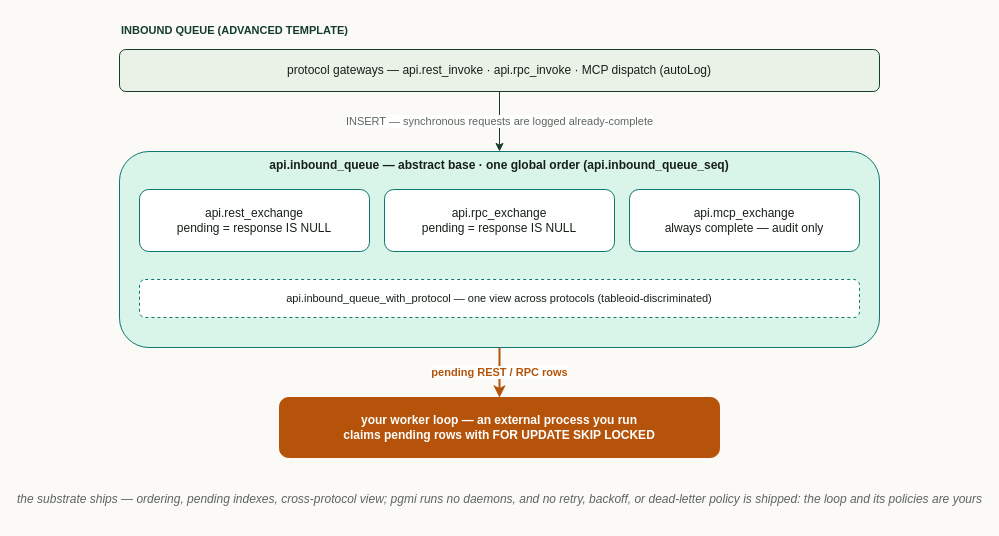
The draw.io diagram docs/diagrams/d14-queue-infrastructure.drawio in vvka-141/pgmi, before the edit. Source tidied: cells renumbered, new cells numbered last; positions are measured from the earlier drawing's top-left corner, leaving out a move shared by most shapes. Both pictures are drawn from the tidied source at 100%, with x=0, y=0 at pixel (119, 17).
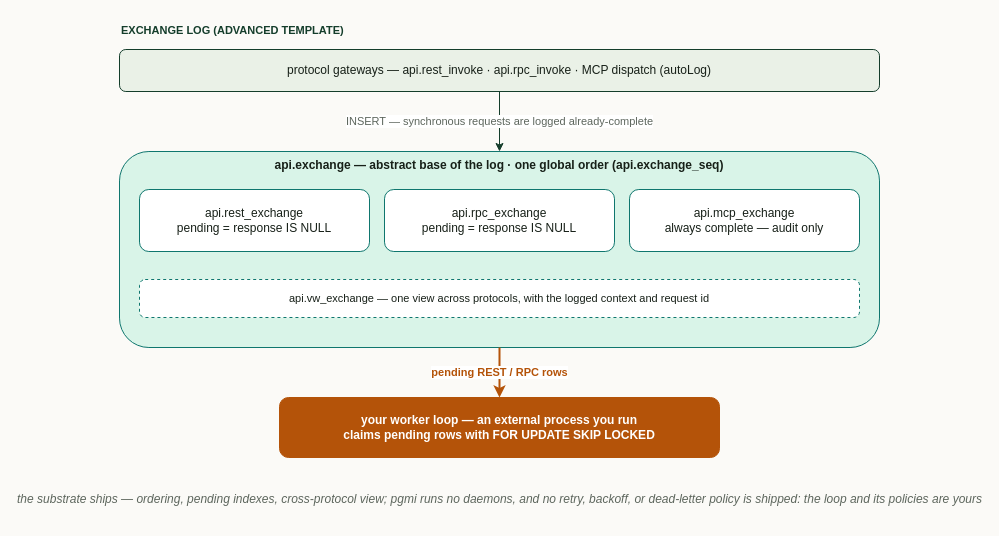
After the change.

The edit, as a diff of the source:
```diff
@@
 <mxGraphModel background="#fbfaf7">
   <root>
     <mxCell id="0" />
     <mxCell id="1" parent="0" />
-    <mxCell id="2" value="INBOUND QUEUE (ADVANCED TEMPLATE)" style="text;html=1;align=left;fontStyle=1;fontSize=11;fontColor=#143d2b;" parent="1" vertex="1">
+    <mxCell id="2" value="EXCHANGE LOG (ADVANCED TEMPLATE)" style="text;html=1;align=left;fontStyle=1;fontSize=11;fontColor=#143d2b;" parent="1" vertex="1">
       <mxGeometry width="360" height="20" as="geometry" />
     </mxCell>
     <mxCell id="3" value="protocol gateways — api.rest_invoke · api.rpc_invoke · MCP dispatch (autoLog)" style="rounded=1;whiteSpace=wrap;html=1;fillColor=#eaf1e7;strokeColor=#143d2b;fontColor=#172018;fontSize=12;" parent="1" vertex="1">
       <mxGeometry y="32" width="760" height="42" as="geometry" />
     </mxCell>
-    <mxCell id="4" value="api.inbound_queue — abstract base · one global order (api.inbound_queue_seq)" style="rounded=1;whiteSpace=wrap;html=1;verticalAlign=top;fillColor=#d9f4e8;strokeColor=#0f766e;fontColor=#172018;fontStyle=1;fontSize=12;" parent="1" vertex="1">
+    <mxCell id="4" value="api.exchange — abstract base of the log · one global order (api.exchange_seq)" style="rounded=1;whiteSpace=wrap;html=1;verticalAlign=top;fillColor=#d9f4e8;strokeColor=#0f766e;fontColor=#172018;fontStyle=1;fontSize=12;" parent="1" vertex="1">
       <mxGeometry y="134" width="760" height="196" as="geometry" />
     </mxCell>
     <mxCell id="5" value="api.rest_exchange&#10;pending = response IS NULL" style="rounded=1;whiteSpace=wrap;html=1;fillColor=#ffffff;strokeColor=#0f766e;fontColor=#172018;fontSize=12;" parent="1" vertex="1">
       <mxGeometry x="20" y="172" width="230" height="62" as="geometry" />
     </mxCell>
     <mxCell id="6" value="api.rpc_exchange&#10;pending = response IS NULL" style="rounded=1;whiteSpace=wrap;html=1;fillColor=#ffffff;strokeColor=#0f766e;fontColor=#172018;fontSize=12;" parent="1" vertex="1">
       <mxGeometry x="265" y="172" width="230" height="62" as="geometry" />
     </mxCell>
     <mxCell id="7" value="api.mcp_exchange&#10;always complete — audit only" style="rounded=1;whiteSpace=wrap;html=1;fillColor=#ffffff;strokeColor=#0f766e;fontColor=#172018;fontSize=12;" parent="1" vertex="1">
       <mxGeometry x="510" y="172" width="230" height="62" as="geometry" />
     </mxCell>
-    <mxCell id="8" value="api.inbound_queue_with_protocol — one view across protocols (tableoid-discriminated)" style="rounded=1;whiteSpace=wrap;html=1;fillColor=#ffffff;strokeColor=#0f766e;dashed=1;fontColor=#172018;fontSize=11;" parent="1" vertex="1">
+    <mxCell id="8" value="api.vw_exchange — one view across protocols, with the logged context and request id" style="rounded=1;whiteSpace=wrap;html=1;fillColor=#ffffff;strokeColor=#0f766e;dashed=1;fontColor=#172018;fontSize=11;" parent="1" vertex="1">
       <mxGeometry x="20" y="262" width="720" height="38" as="geometry" />
     </mxCell>
     <mxCell id="9" value="INSERT — synchronous requests are logged already-complete" style="html=1;endArrow=classic;strokeColor=#143d2b;fontColor=#5d665d;fontSize=11;exitX=0.5;exitY=1;entryX=0.5;entryY=0;" parent="1" edge="1" source="3" target="4">
       <mxGeometry relative="1" as="geometry" />
     </mxCell>
     <mxCell id="10" value="your worker loop — an external process you run&#10;claims pending rows with FOR UPDATE SKIP LOCKED" style="rounded=1;whiteSpace=wrap;html=1;fillColor=#b45309;strokeColor=#b45309;fontColor=#ffffff;fontStyle=1;fontSize=12;" parent="1" vertex="1">
       <mxGeometry x="160" y="380" width="440" height="60" as="geometry" />
     </mxCell>
     <mxCell id="11" value="pending REST / RPC rows" style="html=1;endArrow=classic;strokeColor=#b45309;strokeWidth=2;fontColor=#b45309;fontStyle=1;fontSize=11;exitX=0.5;exitY=1;entryX=0.5;entryY=0;" parent="1" edge="1" source="4" target="10">
       <mxGeometry relative="1" as="geometry" />
     </mxCell>
     <mxCell id="12" value="the substrate ships — ordering, pending indexes, cross-protocol view; pgmi runs no daemons, and no retry, backoff, or dead-letter policy is shipped: the loop and its policies are yours" style="text;html=1;align=center;fontStyle=2;fontSize=12;fontColor=#5d665d;" parent="1" vertex="1">
       <mxGeometry y="468" width="760" height="34" as="geometry" />
     </mxCell>
   </root>
 </mxGraphModel>
```
